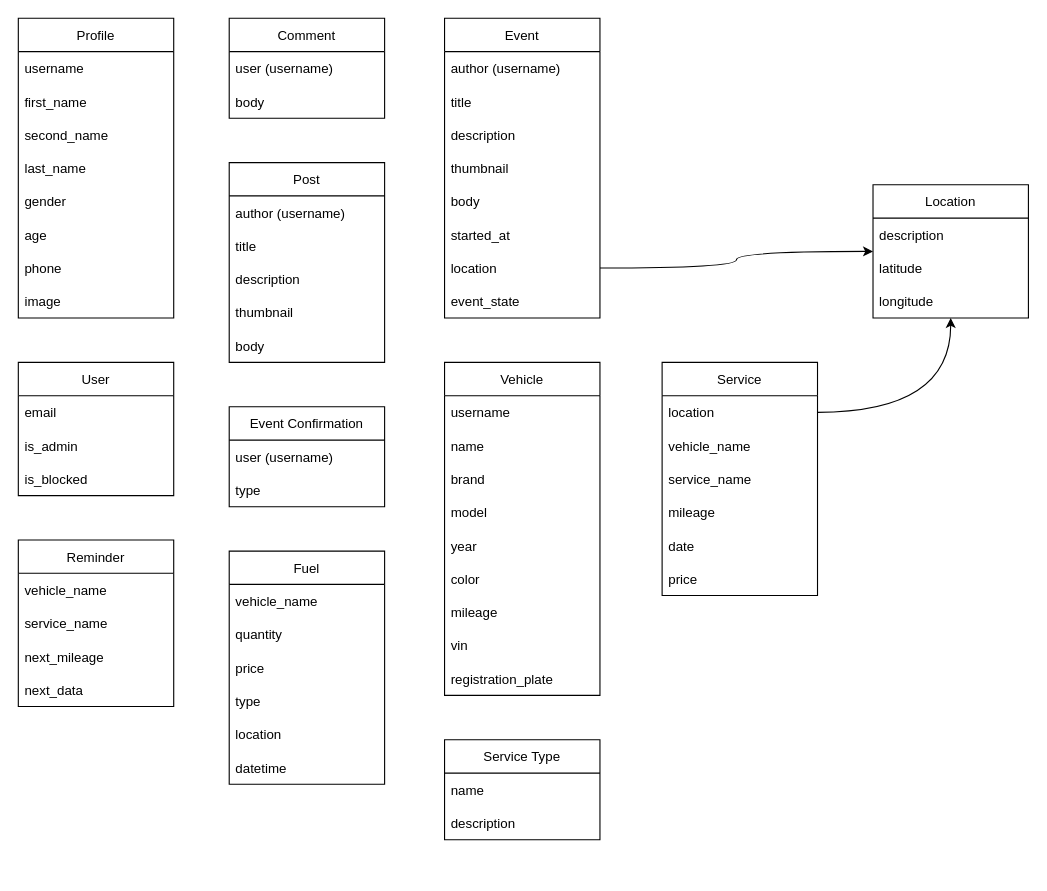
This is page "domain models" (2 of 2) of schema.drawio from jadjer/mores, a draw.io file, before an edit. Source tidied: cells renumbered, new cells numbered last; positions are measured from the earlier drawing's top-left corner, leaving out a move shared by most shapes. Both pictures are drawn from the tidied source at 111%, with x=0, y=0 at pixel (18, 18).
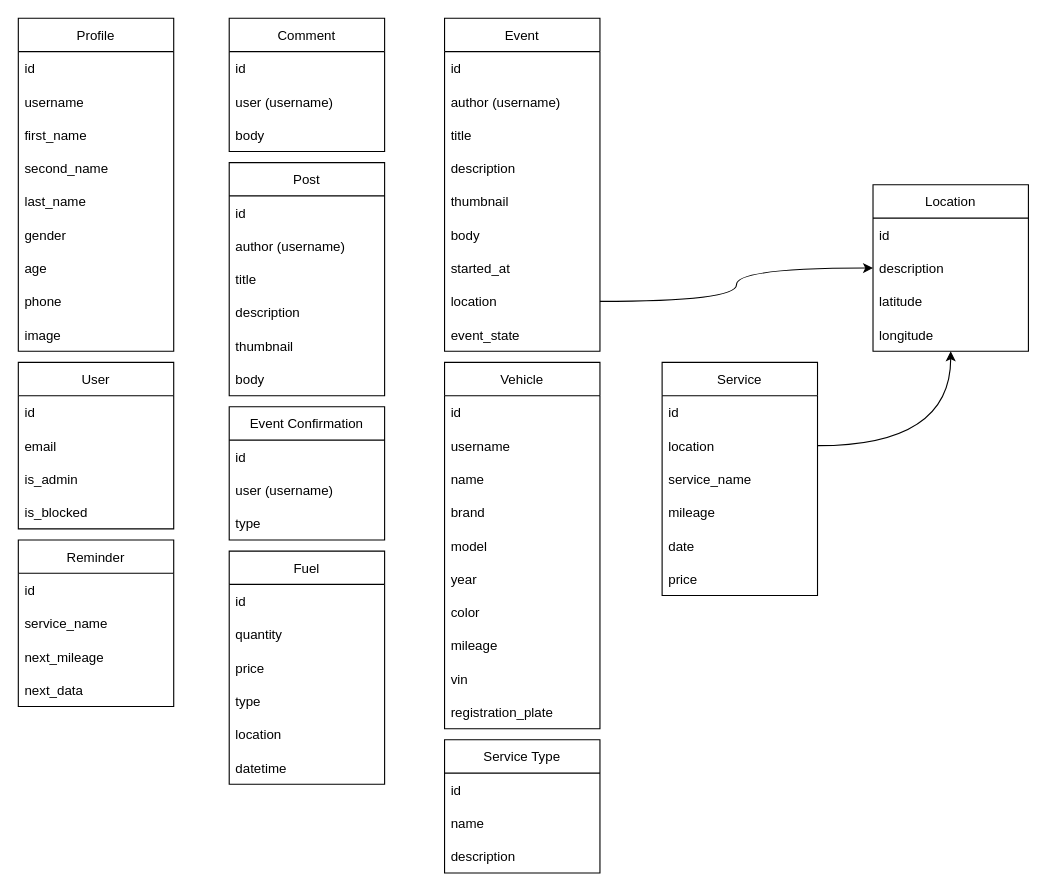
The same diagram, later.

The change refers to these unchanged cells:
```xml
<mxCell id="41" value="Fuel" style="swimlane;fontStyle=0;horizontal=1;startSize=30;" parent="1" vertex="1">
  <mxGeometry x="190" y="480" width="140" height="210" as="geometry" />
</mxCell>
<mxCell id="58" value="Reminder" style="swimlane;fontStyle=0;horizontal=1;startSize=30;" parent="1" vertex="1">
  <mxGeometry y="470" width="140" height="150" as="geometry" />
</mxCell>
<mxCell id="63" value="Service" style="swimlane;fontStyle=0;horizontal=1;startSize=30;" parent="1" vertex="1">
  <mxGeometry x="580" y="310" width="140" height="210" as="geometry" />
</mxCell>
```

Diff of the diagram source:
```diff
@@
     <mxCell id="2" value="User" style="swimlane;fontStyle=0;horizontal=1;startSize=30;" parent="1" vertex="1">
-      <mxGeometry y="310" width="140" height="120" as="geometry" />
+      <mxGeometry y="310" width="140" height="150" as="geometry" />
     </mxCell>
+    <mxCell id="74" value="id" style="text;strokeColor=none;fillColor=none;align=left;verticalAlign=middle;spacingLeft=4;spacingRight=4;overflow=hidden;" parent="2" vertex="1">
+      <mxGeometry y="30" width="140" height="30" as="geometry" />
+    </mxCell>
     <mxCell id="3" value="email" style="text;strokeColor=none;fillColor=none;align=left;verticalAlign=middle;spacingLeft=4;spacingRight=4;overflow=hidden;" parent="2" vertex="1">
-      <mxGeometry y="30" width="140" height="30" as="geometry" />
+      <mxGeometry y="60" width="140" height="30" as="geometry" />
     </mxCell>
     <mxCell id="4" value="is_admin" style="text;strokeColor=none;fillColor=none;align=left;verticalAlign=middle;spacingLeft=4;spacingRight=4;overflow=hidden;" parent="2" vertex="1">
-      <mxGeometry y="60" width="140" height="30" as="geometry" />
+      <mxGeometry y="90" width="140" height="30" as="geometry" />
     </mxCell>
     <mxCell id="5" value="is_blocked" style="text;strokeColor=none;fillColor=none;align=left;verticalAlign=middle;spacingLeft=4;spacingRight=4;overflow=hidden;" parent="2" vertex="1">
-      <mxGeometry y="90" width="140" height="30" as="geometry" />
+      <mxGeometry y="120" width="140" height="30" as="geometry" />
     </mxCell>
     <mxCell id="6" value="Profile" style="swimlane;fontStyle=0;horizontal=1;startSize=30;" parent="1" vertex="1">
-      <mxGeometry width="140" height="270" as="geometry" />
+      <mxGeometry width="140" height="300" as="geometry" />
     </mxCell>
+    <mxCell id="75" value="id" style="text;strokeColor=none;fillColor=none;align=left;verticalAlign=middle;spacingLeft=4;spacingRight=4;overflow=hidden;" parent="6" vertex="1">
+      <mxGeometry y="30" width="140" height="30" as="geometry" />
+    </mxCell>
     <mxCell id="7" value="username" style="text;strokeColor=none;fillColor=none;align=left;verticalAlign=middle;spacingLeft=4;spacingRight=4;overflow=hidden;" parent="6" vertex="1">
-      <mxGeometry y="30" width="140" height="30" as="geometry" />
+      <mxGeometry y="60" width="140" height="30" as="geometry" />
     </mxCell>
     <mxCell id="8" value="first_name" style="text;strokeColor=none;fillColor=none;align=left;verticalAlign=middle;spacingLeft=4;spacingRight=4;overflow=hidden;" parent="6" vertex="1">
-      <mxGeometry y="60" width="140" height="30" as="geometry" />
+      <mxGeometry y="90" width="140" height="30" as="geometry" />
     </mxCell>
     <mxCell id="9" value="second_name" style="text;strokeColor=none;fillColor=none;align=left;verticalAlign=middle;spacingLeft=4;spacingRight=4;overflow=hidden;" parent="6" vertex="1">
-      <mxGeometry y="90" width="140" height="30" as="geometry" />
+      <mxGeometry y="120" width="140" height="30" as="geometry" />
     </mxCell>
     <mxCell id="10" value="last_name" style="text;strokeColor=none;fillColor=none;align=left;verticalAlign=middle;spacingLeft=4;spacingRight=4;overflow=hidden;" parent="6" vertex="1">
-      <mxGeometry y="120" width="140" height="30" as="geometry" />
+      <mxGeometry y="150" width="140" height="30" as="geometry" />
     </mxCell>
     <mxCell id="11" value="gender" style="text;strokeColor=none;fillColor=none;align=left;verticalAlign=middle;spacingLeft=4;spacingRight=4;overflow=hidden;" parent="6" vertex="1">
-      <mxGeometry y="150" width="140" height="30" as="geometry" />
+      <mxGeometry y="180" width="140" height="30" as="geometry" />
     </mxCell>
     <mxCell id="12" value="age" style="text;strokeColor=none;fillColor=none;align=left;verticalAlign=middle;spacingLeft=4;spacingRight=4;overflow=hidden;" parent="6" vertex="1">
-      <mxGeometry y="180" width="140" height="30" as="geometry" />
+      <mxGeometry y="210" width="140" height="30" as="geometry" />
     </mxCell>
     <mxCell id="13" value="phone" style="text;strokeColor=none;fillColor=none;align=left;verticalAlign=middle;spacingLeft=4;spacingRight=4;overflow=hidden;" parent="6" vertex="1">
-      <mxGeometry y="210" width="140" height="30" as="geometry" />
+      <mxGeometry y="240" width="140" height="30" as="geometry" />
     </mxCell>
     <mxCell id="14" value="image" style="text;strokeColor=none;fillColor=none;align=left;verticalAlign=middle;spacingLeft=4;spacingRight=4;overflow=hidden;" parent="6" vertex="1">
-      <mxGeometry y="240" width="140" height="30" as="geometry" />
+      <mxGeometry y="270" width="140" height="30" as="geometry" />
     </mxCell>
     <mxCell id="15" value="Comment" style="swimlane;fontStyle=0;horizontal=1;startSize=30;" parent="1" vertex="1">
-      <mxGeometry x="190" width="140" height="90" as="geometry" />
+      <mxGeometry x="190" width="140" height="120" as="geometry" />
     </mxCell>
+    <mxCell id="76" value="id" style="text;strokeColor=none;fillColor=none;align=left;verticalAlign=middle;spacingLeft=4;spacingRight=4;overflow=hidden;" parent="15" vertex="1">
+      <mxGeometry y="30" width="140" height="30" as="geometry" />
+    </mxCell>
     <mxCell id="16" value="user (username)" style="text;strokeColor=none;fillColor=none;align=left;verticalAlign=middle;spacingLeft=4;spacingRight=4;overflow=hidden;" parent="15" vertex="1">
-      <mxGeometry y="30" width="140" height="30" as="geometry" />
+      <mxGeometry y="60" width="140" height="30" as="geometry" />
     </mxCell>
     <mxCell id="17" value="body" style="text;strokeColor=none;fillColor=none;align=left;verticalAlign=middle;spacingLeft=4;spacingRight=4;overflow=hidden;" parent="15" vertex="1">
-      <mxGeometry y="60" width="140" height="30" as="geometry" />
+      <mxGeometry y="90" width="140" height="30" as="geometry" />
     </mxCell>
     <mxCell id="18" value="Post" style="swimlane;fontStyle=0;horizontal=1;startSize=30;" parent="1" vertex="1">
-      <mxGeometry x="190" y="130" width="140" height="180" as="geometry" />
+      <mxGeometry x="190" y="130" width="140" height="210" as="geometry" />
     </mxCell>
+    <mxCell id="77" value="id" style="text;strokeColor=none;fillColor=none;align=left;verticalAlign=middle;spacingLeft=4;spacingRight=4;overflow=hidden;" parent="18" vertex="1">
+      <mxGeometry y="30" width="140" height="30" as="geometry" />
+    </mxCell>
     <mxCell id="19" value="author (username)" style="text;strokeColor=none;fillColor=none;align=left;verticalAlign=middle;spacingLeft=4;spacingRight=4;overflow=hidden;" parent="18" vertex="1">
-      <mxGeometry y="30" width="140" height="30" as="geometry" />
+      <mxGeometry y="60" width="140" height="30" as="geometry" />
     </mxCell>
     <mxCell id="20" value="title" style="text;strokeColor=none;fillColor=none;align=left;verticalAlign=middle;spacingLeft=4;spacingRight=4;overflow=hidden;" parent="18" vertex="1">
-      <mxGeometry y="60" width="140" height="30" as="geometry" />
+      <mxGeometry y="90" width="140" height="30" as="geometry" />
     </mxCell>
     <mxCell id="21" value="description" style="text;strokeColor=none;fillColor=none;align=left;verticalAlign=middle;spacingLeft=4;spacingRight=4;overflow=hidden;" parent="18" vertex="1">
-      <mxGeometry y="90" width="140" height="30" as="geometry" />
+      <mxGeometry y="120" width="140" height="30" as="geometry" />
     </mxCell>
     <mxCell id="22" value="thumbnail" style="text;strokeColor=none;fillColor=none;align=left;verticalAlign=middle;spacingLeft=4;spacingRight=4;overflow=hidden;" parent="18" vertex="1">
-      <mxGeometry y="120" width="140" height="30" as="geometry" />
+      <mxGeometry y="150" width="140" height="30" as="geometry" />
     </mxCell>
     <mxCell id="23" value="body" style="text;strokeColor=none;fillColor=none;align=left;verticalAlign=middle;spacingLeft=4;spacingRight=4;overflow=hidden;" parent="18" vertex="1">
-      <mxGeometry y="150" width="140" height="30" as="geometry" />
+      <mxGeometry y="180" width="140" height="30" as="geometry" />
     </mxCell>
     <mxCell id="24" value="Event" style="swimlane;fontStyle=0;horizontal=1;startSize=30;" parent="1" vertex="1">
-      <mxGeometry x="384" width="140" height="270" as="geometry" />
+      <mxGeometry x="384" width="140" height="300" as="geometry" />
     </mxCell>
+    <mxCell id="78" value="id" style="text;strokeColor=none;fillColor=none;align=left;verticalAlign=middle;spacingLeft=4;spacingRight=4;overflow=hidden;" parent="24" vertex="1">
+      <mxGeometry y="30" width="140" height="30" as="geometry" />
+    </mxCell>
     <mxCell id="25" value="author (username)" style="text;strokeColor=none;fillColor=none;align=left;verticalAlign=middle;spacingLeft=4;spacingRight=4;overflow=hidden;" parent="24" vertex="1">
-      <mxGeometry y="30" width="140" height="30" as="geometry" />
+      <mxGeometry y="60" width="140" height="30" as="geometry" />
     </mxCell>
     <mxCell id="26" value="title" style="text;strokeColor=none;fillColor=none;align=left;verticalAlign=middle;spacingLeft=4;spacingRight=4;overflow=hidden;" parent="24" vertex="1">
-      <mxGeometry y="60" width="140" height="30" as="geometry" />
+      <mxGeometry y="90" width="140" height="30" as="geometry" />
     </mxCell>
     <mxCell id="27" value="description" style="text;strokeColor=none;fillColor=none;align=left;verticalAlign=middle;spacingLeft=4;spacingRight=4;overflow=hidden;" parent="24" vertex="1">
-      <mxGeometry y="90" width="140" height="30" as="geometry" />
+      <mxGeometry y="120" width="140" height="30" as="geometry" />
     </mxCell>
     <mxCell id="28" value="thumbnail" style="text;strokeColor=none;fillColor=none;align=left;verticalAlign=middle;spacingLeft=4;spacingRight=4;overflow=hidden;" parent="24" vertex="1">
-      <mxGeometry y="120" width="140" height="30" as="geometry" />
+      <mxGeometry y="150" width="140" height="30" as="geometry" />
     </mxCell>
     <mxCell id="29" value="body" style="text;strokeColor=none;fillColor=none;align=left;verticalAlign=middle;spacingLeft=4;spacingRight=4;overflow=hidden;" parent="24" vertex="1">
-      <mxGeometry y="150" width="140" height="30" as="geometry" />
+      <mxGeometry y="180" width="140" height="30" as="geometry" />
     </mxCell>
     <mxCell id="30" value="started_at" style="text;strokeColor=none;fillColor=none;align=left;verticalAlign=middle;spacingLeft=4;spacingRight=4;overflow=hidden;" parent="24" vertex="1">
-      <mxGeometry y="180" width="140" height="30" as="geometry" />
+      <mxGeometry y="210" width="140" height="30" as="geometry" />
     </mxCell>
     <mxCell id="31" value="location" style="text;strokeColor=none;fillColor=none;align=left;verticalAlign=middle;spacingLeft=4;spacingRight=4;overflow=hidden;points=[[0,0.5],[1,0.5]];portConstraint=eastwest;" parent="24" vertex="1">
-      <mxGeometry y="210" width="140" height="30" as="geometry" />
+      <mxGeometry y="240" width="140" height="30" as="geometry" />
     </mxCell>
     <mxCell id="32" value="event_state" style="text;strokeColor=none;fillColor=none;align=left;verticalAlign=middle;spacingLeft=4;spacingRight=4;overflow=hidden;" parent="24" vertex="1">
-      <mxGeometry y="240" width="140" height="30" as="geometry" />
+      <mxGeometry y="270" width="140" height="30" as="geometry" />
     </mxCell>
     <mxCell id="33" value="Location" style="swimlane;fontStyle=0;horizontal=1;startSize=30;" parent="1" vertex="1">
-      <mxGeometry x="770" y="150" width="140" height="120" as="geometry" />
+      <mxGeometry x="770" y="150" width="140" height="150" as="geometry" />
     </mxCell>
+    <mxCell id="79" value="id" style="text;strokeColor=none;fillColor=none;align=left;verticalAlign=middle;spacingLeft=4;spacingRight=4;overflow=hidden;" parent="33" vertex="1">
+      <mxGeometry y="30" width="140" height="30" as="geometry" />
+    </mxCell>
     <mxCell id="34" value="description" style="text;strokeColor=none;fillColor=none;align=left;verticalAlign=middle;spacingLeft=4;spacingRight=4;overflow=hidden;" parent="33" vertex="1">
-      <mxGeometry y="30" width="140" height="30" as="geometry" />
+      <mxGeometry y="60" width="140" height="30" as="geometry" />
     </mxCell>
     <mxCell id="35" value="latitude" style="text;strokeColor=none;fillColor=none;align=left;verticalAlign=middle;spacingLeft=4;spacingRight=4;overflow=hidden;" parent="33" vertex="1">
-      <mxGeometry y="60" width="140" height="30" as="geometry" />
+      <mxGeometry y="90" width="140" height="30" as="geometry" />
     </mxCell>
     <mxCell id="36" value="longitude" style="text;strokeColor=none;fillColor=none;align=left;verticalAlign=middle;spacingLeft=4;spacingRight=4;overflow=hidden;" parent="33" vertex="1">
-      <mxGeometry y="90" width="140" height="30" as="geometry" />
+      <mxGeometry y="120" width="140" height="30" as="geometry" />
     </mxCell>
@@
     <mxCell id="38" value="Event Confirmation" style="swimlane;fontStyle=0;horizontal=1;startSize=30;" parent="1" vertex="1">
-      <mxGeometry x="190" y="350" width="140" height="90" as="geometry" />
+      <mxGeometry x="190" y="350" width="140" height="120" as="geometry" />
     </mxCell>
+    <mxCell id="80" value="id" style="text;strokeColor=none;fillColor=none;align=left;verticalAlign=middle;spacingLeft=4;spacingRight=4;overflow=hidden;" parent="38" vertex="1">
+      <mxGeometry y="30" width="140" height="30" as="geometry" />
+    </mxCell>
     <mxCell id="39" value="user (username)" style="text;strokeColor=none;fillColor=none;align=left;verticalAlign=middle;spacingLeft=4;spacingRight=4;overflow=hidden;" parent="38" vertex="1">
-      <mxGeometry y="30" width="140" height="30" as="geometry" />
+      <mxGeometry y="60" width="140" height="30" as="geometry" />
     </mxCell>
     <mxCell id="40" value="type" style="text;strokeColor=none;fillColor=none;align=left;verticalAlign=middle;spacingLeft=4;spacingRight=4;overflow=hidden;" parent="38" vertex="1">
-      <mxGeometry y="60" width="140" height="30" as="geometry" />
+      <mxGeometry y="90" width="140" height="30" as="geometry" />
     </mxCell>
@@
-    <mxCell id="42" value="vehicle_name" style="text;strokeColor=none;fillColor=none;align=left;verticalAlign=middle;spacingLeft=4;spacingRight=4;overflow=hidden;" parent="41" vertex="1">
-      <mxGeometry y="30" width="140" height="30" as="geometry" />
-    </mxCell>
+    <mxCell id="81" value="id" style="text;strokeColor=none;fillColor=none;align=left;verticalAlign=middle;spacingLeft=4;spacingRight=4;overflow=hidden;" parent="41" vertex="1">
+      <mxGeometry y="30" width="140" height="30" as="geometry" />
+    </mxCell>
@@
     <mxCell id="48" value="Vehicle" style="swimlane;fontStyle=0;horizontal=1;startSize=30;" parent="1" vertex="1">
-      <mxGeometry x="384" y="310" width="140" height="300" as="geometry" />
+      <mxGeometry x="384" y="310" width="140" height="330" as="geometry" />
     </mxCell>
+    <mxCell id="82" value="id" style="text;strokeColor=none;fillColor=none;align=left;verticalAlign=middle;spacingLeft=4;spacingRight=4;overflow=hidden;" parent="48" vertex="1">
+      <mxGeometry y="30" width="140" height="30" as="geometry" />
+    </mxCell>
     <mxCell id="49" value="username" style="text;strokeColor=none;fillColor=none;align=left;verticalAlign=middle;spacingLeft=4;spacingRight=4;overflow=hidden;" parent="48" vertex="1">
-      <mxGeometry y="30" width="140" height="30" as="geometry" />
+      <mxGeometry y="60" width="140" height="30" as="geometry" />
     </mxCell>
     <mxCell id="50" value="name" style="text;strokeColor=none;fillColor=none;align=left;verticalAlign=middle;spacingLeft=4;spacingRight=4;overflow=hidden;" parent="48" vertex="1">
-      <mxGeometry y="60" width="140" height="30" as="geometry" />
+      <mxGeometry y="90" width="140" height="30" as="geometry" />
     </mxCell>
     <mxCell id="51" value="brand" style="text;strokeColor=none;fillColor=none;align=left;verticalAlign=middle;spacingLeft=4;spacingRight=4;overflow=hidden;" parent="48" vertex="1">
-      <mxGeometry y="90" width="140" height="30" as="geometry" />
+      <mxGeometry y="120" width="140" height="30" as="geometry" />
     </mxCell>
     <mxCell id="52" value="model" style="text;strokeColor=none;fillColor=none;align=left;verticalAlign=middle;spacingLeft=4;spacingRight=4;overflow=hidden;" parent="48" vertex="1">
-      <mxGeometry y="120" width="140" height="30" as="geometry" />
+      <mxGeometry y="150" width="140" height="30" as="geometry" />
     </mxCell>
     <mxCell id="53" value="year" style="text;strokeColor=none;fillColor=none;align=left;verticalAlign=middle;spacingLeft=4;spacingRight=4;overflow=hidden;" parent="48" vertex="1">
-      <mxGeometry y="150" width="140" height="30" as="geometry" />
+      <mxGeometry y="180" width="140" height="30" as="geometry" />
     </mxCell>
     <mxCell id="54" value="color" style="text;strokeColor=none;fillColor=none;align=left;verticalAlign=middle;spacingLeft=4;spacingRight=4;overflow=hidden;" parent="48" vertex="1">
-      <mxGeometry y="180" width="140" height="30" as="geometry" />
+      <mxGeometry y="210" width="140" height="30" as="geometry" />
     </mxCell>
     <mxCell id="55" value="mileage" style="text;strokeColor=none;fillColor=none;align=left;verticalAlign=middle;spacingLeft=4;spacingRight=4;overflow=hidden;" parent="48" vertex="1">
-      <mxGeometry y="210" width="140" height="30" as="geometry" />
+      <mxGeometry y="240" width="140" height="30" as="geometry" />
     </mxCell>
     <mxCell id="56" value="vin" style="text;strokeColor=none;fillColor=none;align=left;verticalAlign=middle;spacingLeft=4;spacingRight=4;overflow=hidden;" parent="48" vertex="1">
-      <mxGeometry y="240" width="140" height="30" as="geometry" />
+      <mxGeometry y="270" width="140" height="30" as="geometry" />
     </mxCell>
     <mxCell id="57" value="registration_plate" style="text;strokeColor=none;fillColor=none;align=left;verticalAlign=middle;spacingLeft=4;spacingRight=4;overflow=hidden;" parent="48" vertex="1">
-      <mxGeometry y="270" width="140" height="30" as="geometry" />
+      <mxGeometry y="300" width="140" height="30" as="geometry" />
     </mxCell>
@@
-    <mxCell id="59" value="vehicle_name" style="text;strokeColor=none;fillColor=none;align=left;verticalAlign=middle;spacingLeft=4;spacingRight=4;overflow=hidden;" parent="58" vertex="1">
-      <mxGeometry y="30" width="140" height="30" as="geometry" />
-    </mxCell>
+    <mxCell id="83" value="id" style="text;strokeColor=none;fillColor=none;align=left;verticalAlign=middle;spacingLeft=4;spacingRight=4;overflow=hidden;" parent="58" vertex="1">
+      <mxGeometry y="30" width="140" height="30" as="geometry" />
+    </mxCell>
@@
+    <mxCell id="84" value="id" style="text;strokeColor=none;fillColor=none;align=left;verticalAlign=middle;spacingLeft=4;spacingRight=4;overflow=hidden;" parent="63" vertex="1">
+      <mxGeometry y="30" width="140" height="30" as="geometry" />
+    </mxCell>
     <mxCell id="64" value="location" style="text;strokeColor=none;fillColor=none;align=left;verticalAlign=middle;spacingLeft=4;spacingRight=4;overflow=hidden;points=[[0,0.5],[1,0.5]];portConstraint=eastwest;" parent="63" vertex="1">
-      <mxGeometry y="30" width="140" height="30" as="geometry" />
+      <mxGeometry y="60" width="140" height="30" as="geometry" />
     </mxCell>
-    <mxCell id="65" value="vehicle_name" style="text;strokeColor=none;fillColor=none;align=left;verticalAlign=middle;spacingLeft=4;spacingRight=4;overflow=hidden;" parent="63" vertex="1">
-      <mxGeometry y="60" width="140" height="30" as="geometry" />
-    </mxCell>
@@
     <mxCell id="71" value="Service Type" style="swimlane;fontStyle=0;horizontal=1;startSize=30;" parent="1" vertex="1">
-      <mxGeometry x="384" y="650" width="140" height="90" as="geometry" />
+      <mxGeometry x="384" y="650" width="140" height="120" as="geometry" />
     </mxCell>
+    <mxCell id="85" value="id" style="text;strokeColor=none;fillColor=none;align=left;verticalAlign=middle;spacingLeft=4;spacingRight=4;overflow=hidden;" parent="71" vertex="1">
+      <mxGeometry y="30" width="140" height="30" as="geometry" />
+    </mxCell>
     <mxCell id="72" value="name" style="text;strokeColor=none;fillColor=none;align=left;verticalAlign=middle;spacingLeft=4;spacingRight=4;overflow=hidden;" parent="71" vertex="1">
-      <mxGeometry y="30" width="140" height="30" as="geometry" />
+      <mxGeometry y="60" width="140" height="30" as="geometry" />
     </mxCell>
     <mxCell id="73" value="description" style="text;strokeColor=none;fillColor=none;align=left;verticalAlign=middle;spacingLeft=4;spacingRight=4;overflow=hidden;" parent="71" vertex="1">
-      <mxGeometry y="60" width="140" height="30" as="geometry" />
+      <mxGeometry y="90" width="140" height="30" as="geometry" />
     </mxCell>
```
